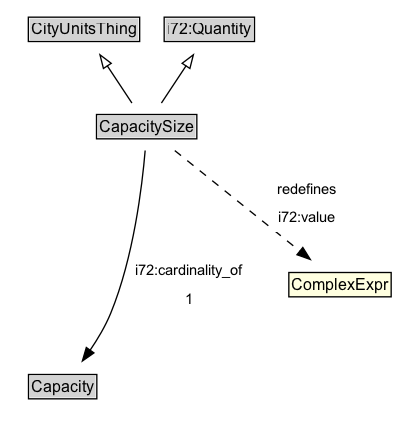
Before: docs/diagrams/CapacitySize.dot.png, a diagram exported from Graphviz (ISO-TC204/ontology-cdm-p1-v1). Its source is kept beside it as docs/diagrams/CapacitySize.dot. Source of this version:
```dot
digraph {
	graph [overlap=false rankdir=TB splines=true]
	node [fontname=Arial fontsize=12 margin=0 shape=none]
	edge [fontname=Arial fontsize=11]
	{
		rank=source
		CityUnitsThing [label=<<TABLE BORDER="1" CELLBORDER="0" CELLSPACING="0" CELLPADDING="1"><TR><TD BGCOLOR="lightgray" ALIGN="CENTER">CityUnitsThing</TD></TR></TABLE>> URL="../CityUnitsThing" margin=0]
		i72_Quantity [label=<<TABLE BORDER="1" CELLBORDER="0" CELLSPACING="0" CELLPADDING="1"><TR><TD BGCOLOR="lightgray" ALIGN="CENTER">i72:Quantity</TD></TR></TABLE>> URL="https://w3id.org/citydata/21972/v1/Quantity" margin=0]
	}
	CapacitySize [label=<<TABLE BORDER="1" CELLBORDER="0" CELLSPACING="0" CELLPADDING="1"><TR><TD BGCOLOR="lightgray" ALIGN="CENTER">CapacitySize</TD></TR></TABLE>> URL="../CapacitySize" margin=0]
	{
		rank=max
	}
	subgraph cluster_associated {
		label="" style=invis
		Invis [label=<<TABLE BORDER="0" CELLBORDER="0" CELLSPACING="0" CELLPADDING="1"><TR><TD></TD></TR></TABLE>> margin=0 style=invis]
		Capacity [label=<<TABLE BORDER="1" CELLBORDER="0" CELLSPACING="0" CELLPADDING="1"><TR><TD BGCOLOR="lightgray" ALIGN="CENTER">Capacity</TD></TR></TABLE>> URL="../Capacity" margin=0]
	}
	CapacitySize -> CityUnitsThing [arrowhead=onormal style=solid]
	CapacitySize -> i72_Quantity [arrowhead=onormal style=solid]
	CapacitySize -> Invis [style=invis]
	Invis -> Capacity [style=invis]
	Capacity [label=<<TABLE BORDER="1" CELLBORDER="0" CELLSPACING="0" CELLPADDING="1"><TR><TD BGCOLOR="lightgray" ALIGN="CENTER">Capacity</TD></TR></TABLE>> URL="../Capacity" margin=0]
	CapacitySize -> Capacity [label=<<TABLE BORDER="0" CELLBORDER="0" CELLSPACING="0" CELLPADDING="4" BGCOLOR="white"><TR><TD ALIGN="CENTER">i72:cardinality_of</TD></TR><TR><TD ALIGN="CENTER">1</TD></TR></TABLE>> arrowhead=normal style=solid]
	na010c749982e452794368b522251db07b10 [label=<<TABLE BORDER="1" CELLBORDER="0" CELLSPACING="0" CELLPADDING="1" BGCOLOR="lightyellow"><TR><TD ALIGN="CENTER">ComplexExpr</TD></TR></TABLE>> margin=0]
	CapacitySize -> na010c749982e452794368b522251db07b10 [label=<<TABLE BORDER="0" CELLBORDER="0" CELLSPACING="0" CELLPADDING="4" BGCOLOR="white"><TR><TD ALIGN="CENTER">redefines</TD></TR><TR><TD ALIGN="CENTER">i72:value</TD></TR></TABLE>> arrowhead=normal style=dashed]
}
```
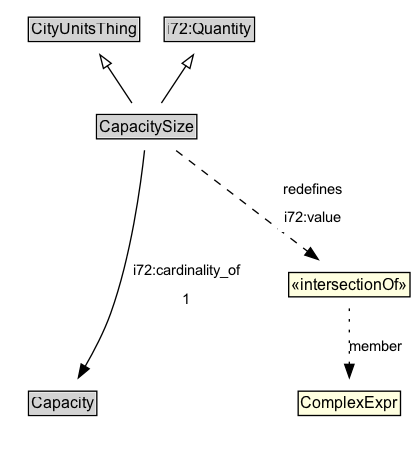
Later version of the same file.

Change to the diagram source:
```diff
@@ -20,8 +20,10 @@
 	CapacitySize -> i72_Quantity [arrowhead=onormal style=solid]
 	CapacitySize -> Invis [style=invis]
 	Invis -> Capacity [style=invis]
+	n644d2ea6622c412bb8909c6637c88453b14 [label=<<TABLE BORDER="1" CELLBORDER="0" CELLSPACING="0" CELLPADDING="1" BGCOLOR="lightyellow"><TR><TD ALIGN="CENTER">«intersectionOf»</TD></TR></TABLE>> margin=0]
+	n644d2ea6622c412bb8909c6637c88453b15 [label=<<TABLE BORDER="1" CELLBORDER="0" CELLSPACING="0" CELLPADDING="1" BGCOLOR="lightyellow"><TR><TD ALIGN="CENTER">ComplexExpr</TD></TR></TABLE>> margin=0]
+	n644d2ea6622c412bb8909c6637c88453b14 -> n644d2ea6622c412bb8909c6637c88453b15 [label=member arrowhead=normal style=dotted]
+	CapacitySize -> n644d2ea6622c412bb8909c6637c88453b14 [label=<<TABLE BORDER="0" CELLBORDER="0" CELLSPACING="0" CELLPADDING="4" BGCOLOR="white"><TR><TD ALIGN="CENTER">redefines</TD></TR><TR><TD ALIGN="CENTER">i72:value</TD></TR></TABLE>> arrowhead=normal style=dashed]
 	Capacity [label=<<TABLE BORDER="1" CELLBORDER="0" CELLSPACING="0" CELLPADDING="1"><TR><TD BGCOLOR="lightgray" ALIGN="CENTER">Capacity</TD></TR></TABLE>> URL="../Capacity" margin=0]
 	CapacitySize -> Capacity [label=<<TABLE BORDER="0" CELLBORDER="0" CELLSPACING="0" CELLPADDING="4" BGCOLOR="white"><TR><TD ALIGN="CENTER">i72:cardinality_of</TD></TR><TR><TD ALIGN="CENTER">1</TD></TR></TABLE>> arrowhead=normal style=solid]
-	na010c749982e452794368b522251db07b10 [label=<<TABLE BORDER="1" CELLBORDER="0" CELLSPACING="0" CELLPADDING="1" BGCOLOR="lightyellow"><TR><TD ALIGN="CENTER">ComplexExpr</TD></TR></TABLE>> margin=0]
-	CapacitySize -> na010c749982e452794368b522251db07b10 [label=<<TABLE BORDER="0" CELLBORDER="0" CELLSPACING="0" CELLPADDING="4" BGCOLOR="white"><TR><TD ALIGN="CENTER">redefines</TD></TR><TR><TD ALIGN="CENTER">i72:value</TD></TR></TABLE>> arrowhead=normal style=dashed]
 }
```
